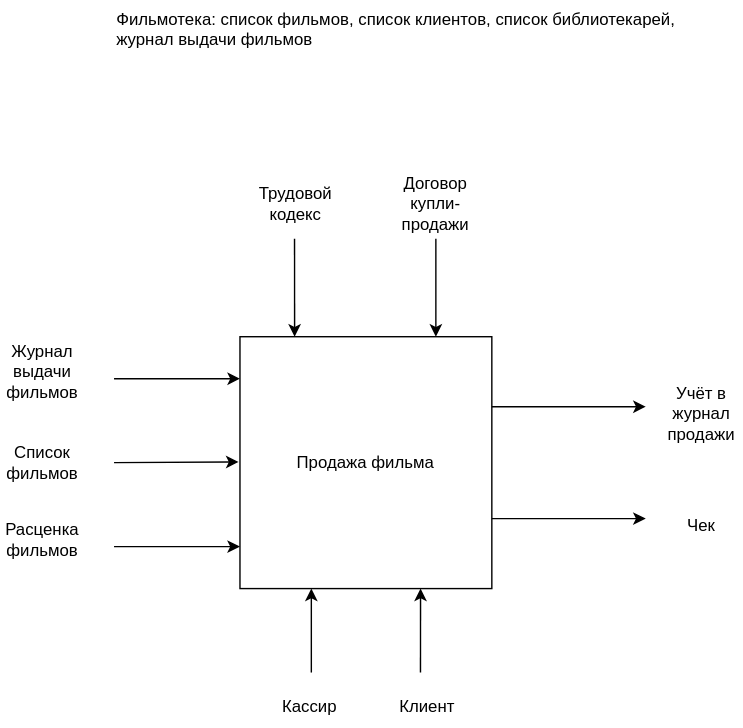
This is Лаба1/Лаба1_1.drawio.svg from KoschavtcevDaniel/PO_kubsu, a draw.io export, as it was before one commit. Source tidied: cells renumbered, new cells last; positions are measured from the earlier drawing's top-left corner, leaving out a move shared by most shapes. Source of this version:
```xml
<mxGraphModel>
  <root>
    <mxCell id="0" />
    <mxCell id="1" parent="0" />
    <mxCell id="2" value="Продажа фильма" style="whiteSpace=wrap;html=1;" parent="1" vertex="1">
      <mxGeometry x="171" y="240" width="180" height="180" as="geometry" />
    </mxCell>
    <mxCell id="3" value="Фильмотека: список фильмов, список клиентов, список библиотекарей, &#10;журнал выдачи фильмов" style="text;whiteSpace=wrap;html=1;" parent="1" vertex="1">
      <mxGeometry x="81" width="430" height="50" as="geometry" />
    </mxCell>
    <mxCell id="4" style="endArrow=classic;html=1;rounded=0;" parent="1" edge="1">
      <mxGeometry relative="1" as="geometry">
        <mxPoint x="81" y="270" as="sourcePoint" />
        <mxPoint x="171" y="270" as="targetPoint" />
      </mxGeometry>
    </mxCell>
    <mxCell id="5" value="Журнал выдачи фильмов" style="text;html=1;align=center;verticalAlign=middle;whiteSpace=wrap;rounded=0;" parent="1" vertex="1">
      <mxGeometry y="250" width="60" height="30" as="geometry" />
    </mxCell>
    <mxCell id="6" style="endArrow=classic;html=1;rounded=0;" parent="1" edge="1">
      <mxGeometry relative="1" as="geometry">
        <mxPoint x="81" y="330" as="sourcePoint" />
        <mxPoint x="170" y="329.5" as="targetPoint" />
      </mxGeometry>
    </mxCell>
    <mxCell id="7" value="Список фильмов" style="text;html=1;align=center;verticalAlign=middle;whiteSpace=wrap;rounded=0;" parent="1" vertex="1">
      <mxGeometry y="315" width="60" height="30" as="geometry" />
    </mxCell>
    <mxCell id="8" style="endArrow=classic;html=1;rounded=0;" parent="1" edge="1">
      <mxGeometry relative="1" as="geometry">
        <mxPoint x="222" y="480" as="sourcePoint" />
        <mxPoint x="222" y="420" as="targetPoint" />
      </mxGeometry>
    </mxCell>
    <mxCell id="9" value="Кассир" style="text;html=1;align=center;verticalAlign=middle;whiteSpace=wrap;rounded=0;" parent="1" vertex="1">
      <mxGeometry x="191" y="490" width="60" height="30" as="geometry" />
    </mxCell>
    <mxCell id="10" value="Клиент" style="text;html=1;align=center;verticalAlign=middle;whiteSpace=wrap;rounded=0;" parent="1" vertex="1">
      <mxGeometry x="275" y="490" width="60" height="30" as="geometry" />
    </mxCell>
    <mxCell id="11" style="endArrow=classic;html=1;rounded=0;entryX=0.717;entryY=1;entryDx=0;entryDy=0;entryPerimeter=0;" parent="1" edge="1" target="2">
      <mxGeometry relative="1" as="geometry">
        <mxPoint x="300" y="480" as="sourcePoint" />
      </mxGeometry>
    </mxCell>
    <mxCell id="12" style="endArrow=classic;html=1;rounded=0;" parent="1" edge="1">
      <mxGeometry relative="1" as="geometry">
        <mxPoint x="81" y="390" as="sourcePoint" />
        <mxPoint x="171" y="390" as="targetPoint" />
      </mxGeometry>
    </mxCell>
    <mxCell id="13" value="Расценка фильмов" style="text;html=1;align=center;verticalAlign=middle;whiteSpace=wrap;rounded=0;" parent="1" vertex="1">
      <mxGeometry y="360" width="60" height="50" as="geometry" />
    </mxCell>
    <mxCell id="14" style="endArrow=classic;html=1;rounded=0;" parent="1" edge="1">
      <mxGeometry relative="1" as="geometry">
        <mxPoint x="351" y="290" as="sourcePoint" />
        <mxPoint x="461" y="290" as="targetPoint" />
      </mxGeometry>
    </mxCell>
    <mxCell id="15" style="endArrow=classic;html=1;rounded=0;" parent="1" edge="1">
      <mxGeometry relative="1" as="geometry">
        <mxPoint x="351" y="370" as="sourcePoint" />
        <mxPoint x="461" y="370" as="targetPoint" />
      </mxGeometry>
    </mxCell>
    <mxCell id="16" value="Чек" style="text;html=1;align=center;verticalAlign=middle;whiteSpace=wrap;rounded=0;" parent="1" vertex="1">
      <mxGeometry x="471" y="360" width="60" height="30" as="geometry" />
    </mxCell>
    <mxCell id="17" style="endArrow=classic;html=1;rounded=0;entryX=0.217;entryY=0;entryDx=0;entryDy=0;entryPerimeter=0;" parent="1" edge="1" target="2">
      <mxGeometry relative="1" as="geometry">
        <mxPoint x="210" y="170" as="sourcePoint" />
      </mxGeometry>
    </mxCell>
    <mxCell id="18" value="Трудовой кодекс" style="text;html=1;align=center;verticalAlign=middle;whiteSpace=wrap;rounded=0;" parent="1" vertex="1">
      <mxGeometry x="181" y="130" width="60" height="30" as="geometry" />
    </mxCell>
    <mxCell id="19" style="endArrow=classic;html=1;rounded=0;entryX=0.5;entryY=0;entryDx=0;entryDy=0;" parent="1" edge="1">
      <mxGeometry relative="1" as="geometry">
        <mxPoint x="311" y="170" as="sourcePoint" />
        <mxPoint x="311" y="240" as="targetPoint" />
      </mxGeometry>
    </mxCell>
    <mxCell id="20" value="Учёт в журнал продажи" style="text;html=1;align=center;verticalAlign=middle;whiteSpace=wrap;rounded=0;" parent="1" vertex="1">
      <mxGeometry x="471" y="280" width="60" height="30" as="geometry" />
    </mxCell>
    <mxCell id="21" value="Договор купли-продажи" style="text;html=1;align=center;verticalAlign=middle;whiteSpace=wrap;rounded=0;" parent="1" vertex="1">
      <mxGeometry x="281" y="130" width="60" height="30" as="geometry" />
    </mxCell>
  </root>
</mxGraphModel>
```
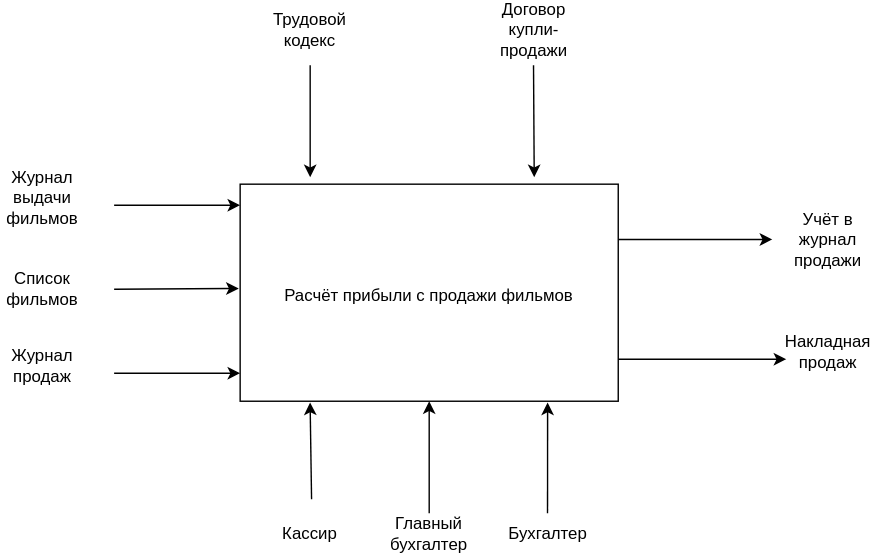
Later version of the same file.

What changed in the source:
```diff
@@ -2,12 +2,6 @@
   <root>
     <mxCell id="0" />
     <mxCell id="1" parent="0" />
-    <mxCell id="2" value="Продажа фильма" style="whiteSpace=wrap;html=1;" parent="1" vertex="1">
-      <mxGeometry x="171" y="240" width="180" height="180" as="geometry" />
-    </mxCell>
-    <mxCell id="3" value="Фильмотека: список фильмов, список клиентов, список библиотекарей, &#10;журнал выдачи фильмов" style="text;whiteSpace=wrap;html=1;" parent="1" vertex="1">
-      <mxGeometry x="81" width="430" height="50" as="geometry" />
-    </mxCell>
     <mxCell id="4" style="endArrow=classic;html=1;rounded=0;" parent="1" edge="1">
       <mxGeometry relative="1" as="geometry">
         <mxPoint x="81" y="270" as="sourcePoint" />
@@ -26,21 +20,21 @@
     <mxCell id="7" value="Список фильмов" style="text;html=1;align=center;verticalAlign=middle;whiteSpace=wrap;rounded=0;" parent="1" vertex="1">
       <mxGeometry y="315" width="60" height="30" as="geometry" />
     </mxCell>
-    <mxCell id="8" style="endArrow=classic;html=1;rounded=0;" parent="1" edge="1">
+    <mxCell id="8" style="endArrow=classic;html=1;rounded=0;entryX=0.185;entryY=1.006;entryDx=0;entryDy=0;entryPerimeter=0;" parent="1" edge="1" target="22">
       <mxGeometry relative="1" as="geometry">
         <mxPoint x="222" y="480" as="sourcePoint" />
-        <mxPoint x="222" y="420" as="targetPoint" />
       </mxGeometry>
     </mxCell>
     <mxCell id="9" value="Кассир" style="text;html=1;align=center;verticalAlign=middle;whiteSpace=wrap;rounded=0;" parent="1" vertex="1">
       <mxGeometry x="191" y="490" width="60" height="30" as="geometry" />
     </mxCell>
-    <mxCell id="10" value="Клиент" style="text;html=1;align=center;verticalAlign=middle;whiteSpace=wrap;rounded=0;" parent="1" vertex="1">
-      <mxGeometry x="275" y="490" width="60" height="30" as="geometry" />
+    <mxCell id="10" value="Бухгалтер" style="text;html=1;align=center;verticalAlign=middle;whiteSpace=wrap;rounded=0;" parent="1" vertex="1">
+      <mxGeometry x="361" y="490" width="60" height="30" as="geometry" />
     </mxCell>
-    <mxCell id="11" style="endArrow=classic;html=1;rounded=0;entryX=0.717;entryY=1;entryDx=0;entryDy=0;entryPerimeter=0;" parent="1" edge="1" target="2">
+    <mxCell id="11" style="endArrow=classic;html=1;rounded=0;entryX=0.778;entryY=1.006;entryDx=0;entryDy=0;entryPerimeter=0;" parent="1" edge="1">
       <mxGeometry relative="1" as="geometry">
-        <mxPoint x="300" y="480" as="sourcePoint" />
+        <mxPoint x="390.5" y="490" as="sourcePoint" />
+        <mxPoint x="390.6" y="410.9" as="targetPoint" />
       </mxGeometry>
     </mxCell>
     <mxCell id="12" style="endArrow=classic;html=1;rounded=0;" parent="1" edge="1">
@@ -49,43 +43,58 @@
         <mxPoint x="171" y="390" as="targetPoint" />
       </mxGeometry>
     </mxCell>
-    <mxCell id="13" value="Расценка фильмов" style="text;html=1;align=center;verticalAlign=middle;whiteSpace=wrap;rounded=0;" parent="1" vertex="1">
+    <mxCell id="13" value="Журнал продаж" style="text;html=1;align=center;verticalAlign=middle;whiteSpace=wrap;rounded=0;" parent="1" vertex="1">
       <mxGeometry y="360" width="60" height="50" as="geometry" />
     </mxCell>
     <mxCell id="14" style="endArrow=classic;html=1;rounded=0;" parent="1" edge="1">
       <mxGeometry relative="1" as="geometry">
-        <mxPoint x="351" y="290" as="sourcePoint" />
-        <mxPoint x="461" y="290" as="targetPoint" />
+        <mxPoint x="441" y="294.5" as="sourcePoint" />
+        <mxPoint x="551" y="294.5" as="targetPoint" />
       </mxGeometry>
     </mxCell>
-    <mxCell id="15" style="endArrow=classic;html=1;rounded=0;" parent="1" edge="1">
-      <mxGeometry relative="1" as="geometry">
-        <mxPoint x="351" y="370" as="sourcePoint" />
-        <mxPoint x="461" y="370" as="targetPoint" />
-      </mxGeometry>
+    <mxCell id="15" style="endArrow=classic;html=1;rounded=0;exitX=1;exitY=0.75;exitDx=0;exitDy=0;" parent="1" edge="1" source="22" target="23">
+      <mxGeometry relative="1" as="geometry" />
     </mxCell>
-    <mxCell id="16" value="Чек" style="text;html=1;align=center;verticalAlign=middle;whiteSpace=wrap;rounded=0;" parent="1" vertex="1">
-      <mxGeometry x="471" y="360" width="60" height="30" as="geometry" />
+    <mxCell id="16" value="Накладная продаж" style="text;html=1;align=center;verticalAlign=middle;whiteSpace=wrap;rounded=0;" parent="1" vertex="1">
+      <mxGeometry x="561" y="360" width="60" height="30" as="geometry" />
     </mxCell>
-    <mxCell id="17" style="endArrow=classic;html=1;rounded=0;entryX=0.217;entryY=0;entryDx=0;entryDy=0;entryPerimeter=0;" parent="1" edge="1" target="2">
+    <mxCell id="17" style="endArrow=classic;html=1;rounded=0;" parent="1" edge="1">
       <mxGeometry relative="1" as="geometry">
-        <mxPoint x="210" y="170" as="sourcePoint" />
+        <mxPoint x="221" y="170" as="sourcePoint" />
+        <mxPoint x="221" y="250" as="targetPoint" />
       </mxGeometry>
     </mxCell>
     <mxCell id="18" value="Трудовой кодекс" style="text;html=1;align=center;verticalAlign=middle;whiteSpace=wrap;rounded=0;" parent="1" vertex="1">
-      <mxGeometry x="181" y="130" width="60" height="30" as="geometry" />
+      <mxGeometry x="191" y="130" width="60" height="30" as="geometry" />
     </mxCell>
-    <mxCell id="19" style="endArrow=classic;html=1;rounded=0;entryX=0.5;entryY=0;entryDx=0;entryDy=0;" parent="1" edge="1">
+    <mxCell id="19" style="endArrow=classic;html=1;rounded=0;" parent="1" edge="1">
       <mxGeometry relative="1" as="geometry">
-        <mxPoint x="311" y="170" as="sourcePoint" />
-        <mxPoint x="311" y="240" as="targetPoint" />
+        <mxPoint x="380.5" y="170" as="sourcePoint" />
+        <mxPoint x="381" y="250" as="targetPoint" />
       </mxGeometry>
     </mxCell>
     <mxCell id="20" value="Учёт в журнал продажи" style="text;html=1;align=center;verticalAlign=middle;whiteSpace=wrap;rounded=0;" parent="1" vertex="1">
-      <mxGeometry x="471" y="280" width="60" height="30" as="geometry" />
+      <mxGeometry x="561" y="280" width="60" height="30" as="geometry" />
     </mxCell>
     <mxCell id="21" value="Договор купли-продажи" style="text;html=1;align=center;verticalAlign=middle;whiteSpace=wrap;rounded=0;" parent="1" vertex="1">
-      <mxGeometry x="281" y="130" width="60" height="30" as="geometry" />
+      <mxGeometry x="351" y="130" width="60" height="30" as="geometry" />
     </mxCell>
+    <mxCell id="22" style="rounded=0;whiteSpace=wrap;html=1;" parent="1" vertex="1">
+      <mxGeometry x="171" y="255" width="270" height="155" as="geometry" />
+    </mxCell>
+    <mxCell id="23" value="Расчёт прибыли с продажи фильмов" style="text;html=1;align=center;verticalAlign=middle;whiteSpace=wrap;rounded=0;" parent="1" vertex="1">
+      <mxGeometry x="201" y="300" width="210" height="70" as="geometry" />
+    </mxCell>
+    <mxCell id="24" style="edgeStyle=orthogonalEdgeStyle;rounded=0;jettySize=auto;html=1;" parent="1" edge="1" source="25" target="22">
+      <mxGeometry relative="1" as="geometry" />
+    </mxCell>
+    <mxCell id="25" value="Главный бухгалтер" style="text;html=1;align=center;verticalAlign=middle;whiteSpace=wrap;rounded=0;" parent="1" vertex="1">
+      <mxGeometry x="276" y="490" width="60" height="30" as="geometry" />
+    </mxCell>
+    <mxCell id="26" style="endArrow=classic;html=1;rounded=0;entryX=0;entryY=0.667;entryDx=0;entryDy=0;entryPerimeter=0;" parent="1" edge="1" target="16">
+      <mxGeometry relative="1" as="geometry">
+        <mxPoint x="441" y="380" as="sourcePoint" />
+      </mxGeometry>
+    </mxCell>
   </root>
 </mxGraphModel>
```
